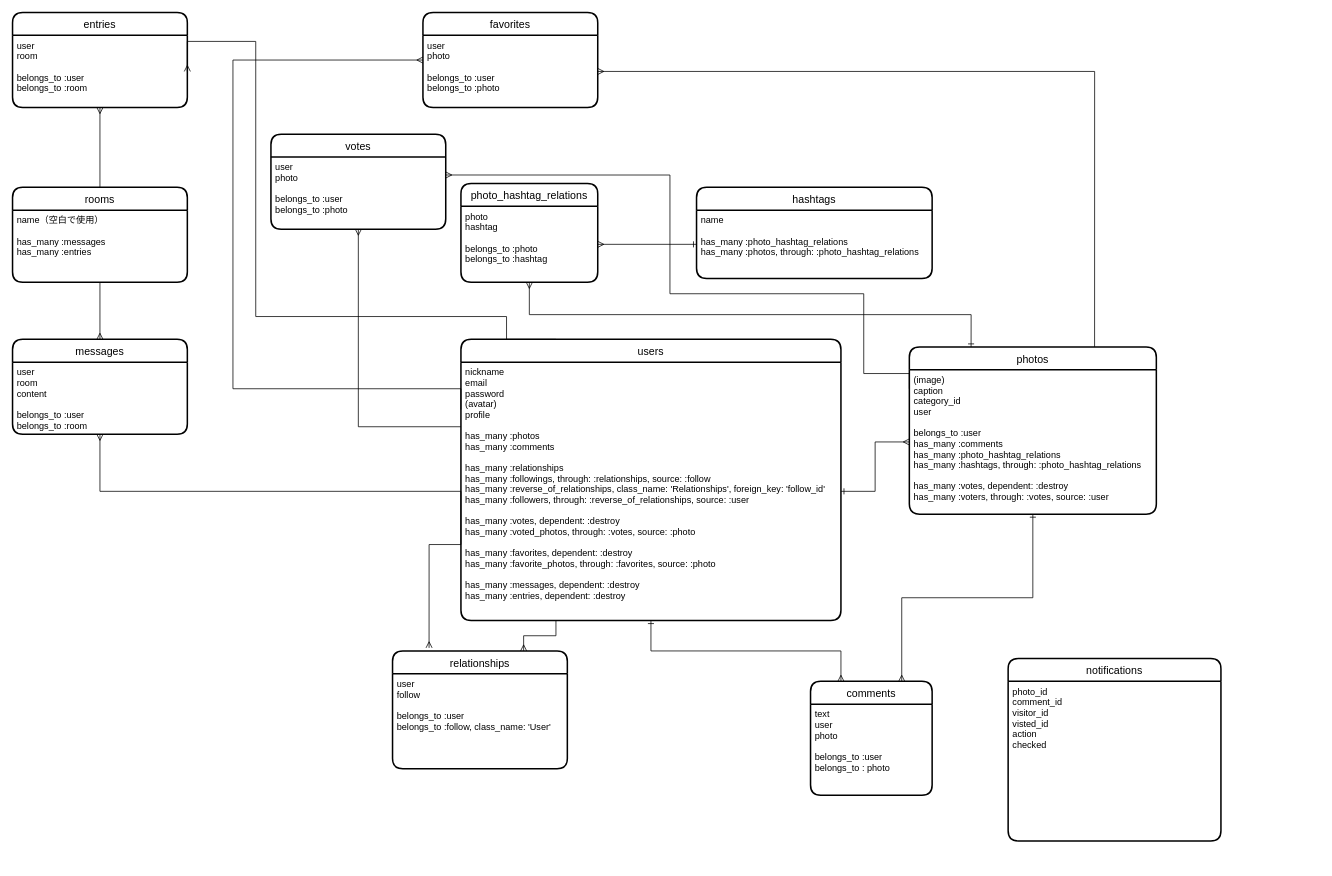
Earlier version of the draw.io diagram ER_petput.dio (MitsuTurtle/petput). Source tidied: cells renumbered, new cells numbered last; positions are measured from the earlier drawing's top-left corner, leaving out a move shared by most shapes. Both pictures are drawn from the tidied source at 76%, with x=0, y=0 at pixel (12, 12).
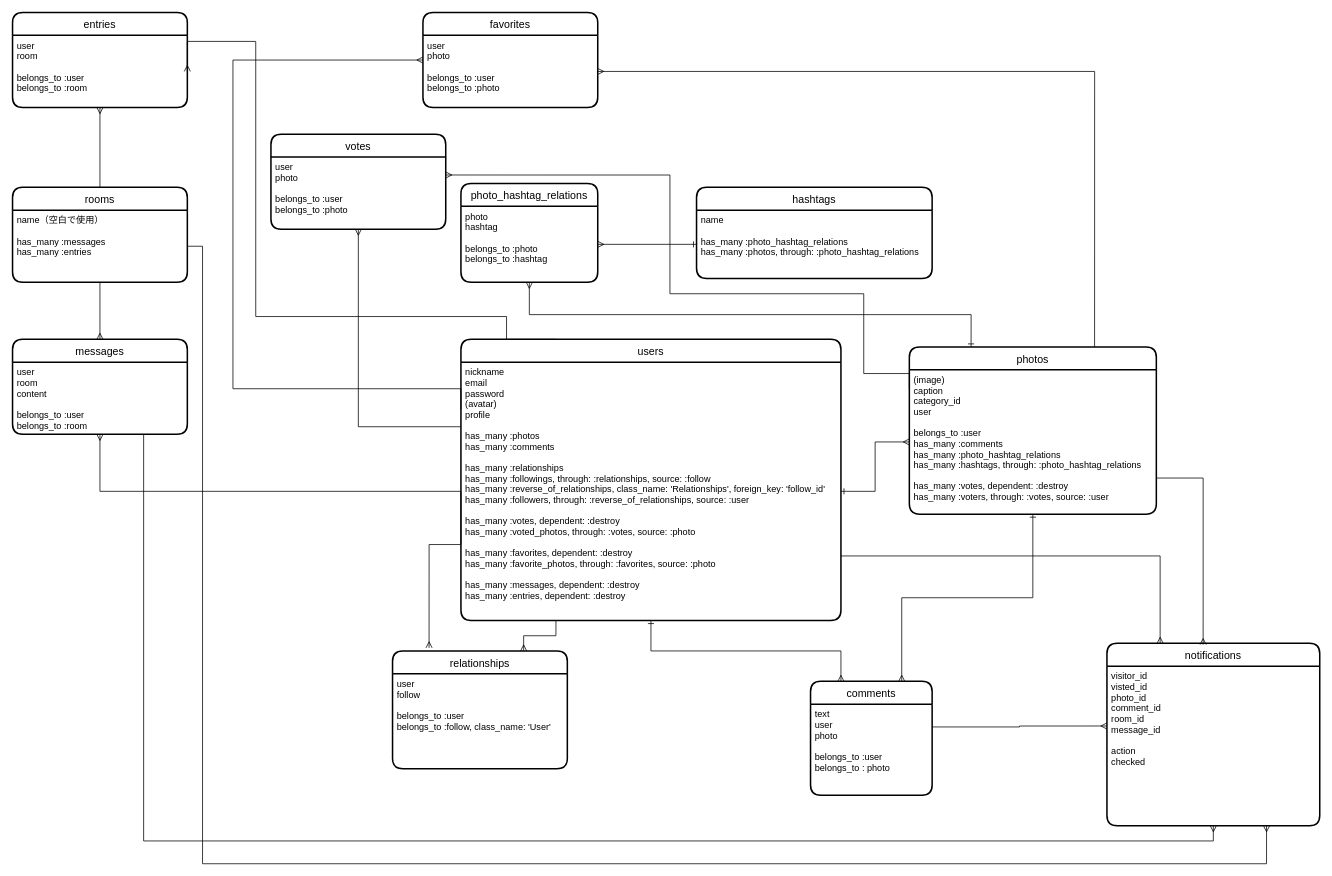
The same page after the edit.

The change refers to these unchanged cells:
```xml
<mxCell id="8" value="text&#10;user&#10;photo&#10;&#10;belongs_to :user&#10;belongs_to : photo&#10;" style="align=left;strokeColor=none;fillColor=none;spacingLeft=4;fontSize=12;verticalAlign=top;" parent="7" vertex="1">
  <mxGeometry y="30" width="160" height="120" as="geometry" />
</mxCell>
<mxCell id="16" value="(image)&#10;caption&#10;category_id&#10;user&#10;&#10;belongs_to :user&#10;has_many :comments&#10;has_many :photo_hashtag_relations&#10;has_many :hashtags, through: :photo_hashtag_relations&#10;&#10;has_many :votes, dependent: :destroy&#10;has_many :voters, through: :votes, source: :user" style="align=left;strokeColor=none;fillColor=none;spacingLeft=4;fontSize=12;verticalAlign=top;" parent="15" vertex="1">
  <mxGeometry y="30" width="325" height="190" as="geometry" />
</mxCell>
<mxCell id="20" value="nickname&#10;email&#10;password&#10;(avatar)&#10;profile&#10;&#10;has_many :photos&#10;has_many :comments&#10;&#10;has_many :relationships&#10;  has_many :followings, through: :relationships, source: :follow&#10;  has_many :reverse_of_relationships, class_name: 'Relationships', foreign_key: 'follow_id'&#10;  has_many :followers, through: :reverse_of_relationships, source: :user&#10;&#10;has_many :votes, dependent: :destroy&#10;has_many :voted_photos, through: :votes, source: :photo&#10;&#10;has_many :favorites, dependent: :destroy&#10;  has_many :favorite_photos, through: :favorites, source: :photo&#10;&#10;has_many :messages, dependent: :destroy&#10;  has_many :entries, dependent: :destroy" style="align=left;strokeColor=none;fillColor=none;spacingLeft=4;fontSize=12;verticalAlign=top;" parent="19" vertex="1">
  <mxGeometry y="30" width="500" height="340" as="geometry" />
</mxCell>
<mxCell id="36" value="user&#10;room&#10;content&#10;&#10;belongs_to :user&#10;belongs_to :room" style="align=left;strokeColor=none;fillColor=none;spacingLeft=4;fontSize=12;verticalAlign=top;" parent="35" vertex="1">
  <mxGeometry y="30" width="230" height="95" as="geometry" />
</mxCell>
<mxCell id="40" value="name（空白で使用）&#10;&#10;has_many :messages&#10;has_many :entries" style="align=left;strokeColor=none;fillColor=none;spacingLeft=4;fontSize=12;verticalAlign=top;" parent="39" vertex="1">
  <mxGeometry y="30" width="230" height="95" as="geometry" />
</mxCell>
```

Diff of the diagram source:
```diff
@@
     <mxCell id="44" value="notifications" style="swimlane;horizontal=1;startSize=30;rounded=1;fontSize=14;fontStyle=0;strokeWidth=2;shadow=0;dashed=0;align=center;" parent="1" vertex="1">
-      <mxGeometry x="1310" y="850" width="280" height="240" as="geometry" />
+      <mxGeometry x="1440" y="830" width="280" height="240" as="geometry" />
     </mxCell>
-    <mxCell id="45" value="photo_id&#10;comment_id&#10;visitor_id&#10;visted_id&#10;action&#10;checked" style="align=left;strokeColor=none;fillColor=none;spacingLeft=4;fontSize=12;verticalAlign=top;" parent="44" vertex="1">
+    <mxCell id="45" value="visitor_id&#10;visted_id&#10;photo_id&#10;comment_id&#10;room_id&#10;message_id&#10;&#10;action&#10;checked" style="align=left;strokeColor=none;fillColor=none;spacingLeft=4;fontSize=12;verticalAlign=top;" parent="44" vertex="1">
       <mxGeometry y="30" width="280" height="210" as="geometry" />
     </mxCell>
+    <mxCell id="46" style="edgeStyle=orthogonalEdgeStyle;rounded=0;jettySize=auto;html=1;exitX=1;exitY=0.75;exitDx=0;exitDy=0;entryX=0.25;entryY=0;entryDx=0;entryDy=0;endArrow=ERmany;endFill=0;" parent="1" edge="1" source="20" target="44">
+      <mxGeometry relative="1" as="geometry" />
+    </mxCell>
+    <mxCell id="47" style="edgeStyle=orthogonalEdgeStyle;rounded=0;jettySize=auto;html=1;exitX=1;exitY=0.75;exitDx=0;exitDy=0;entryX=0.452;entryY=0.007;entryDx=0;entryDy=0;entryPerimeter=0;endArrow=ERmany;endFill=0;" parent="1" edge="1" source="16" target="44">
+      <mxGeometry relative="1" as="geometry" />
+    </mxCell>
+    <mxCell id="48" style="edgeStyle=orthogonalEdgeStyle;rounded=0;jettySize=auto;html=1;exitX=1;exitY=0.25;exitDx=0;exitDy=0;entryX=0;entryY=0.375;entryDx=0;entryDy=0;entryPerimeter=0;endArrow=ERmany;endFill=0;" parent="1" edge="1" source="8" target="45">
+      <mxGeometry relative="1" as="geometry" />
+    </mxCell>
+    <mxCell id="49" style="edgeStyle=orthogonalEdgeStyle;rounded=0;jettySize=auto;html=1;exitX=1;exitY=0.5;exitDx=0;exitDy=0;endArrow=ERmany;endFill=0;entryX=0.75;entryY=1;entryDx=0;entryDy=0;" parent="1" edge="1" source="40" target="45">
+      <mxGeometry relative="1" as="geometry">
+        <Array as="points">
+          <mxPoint x="250" y="307" />
+          <mxPoint x="250" y="1120" />
+          <mxPoint x="1650" y="1120" />
+        </Array>
+      </mxGeometry>
+    </mxCell>
+    <mxCell id="50" style="edgeStyle=orthogonalEdgeStyle;rounded=0;jettySize=auto;html=1;exitX=0.75;exitY=1;exitDx=0;exitDy=0;entryX=0.5;entryY=1;entryDx=0;entryDy=0;endArrow=ERmany;endFill=0;" parent="1" edge="1" source="36" target="44">
+      <mxGeometry relative="1" as="geometry" />
+    </mxCell>
```
